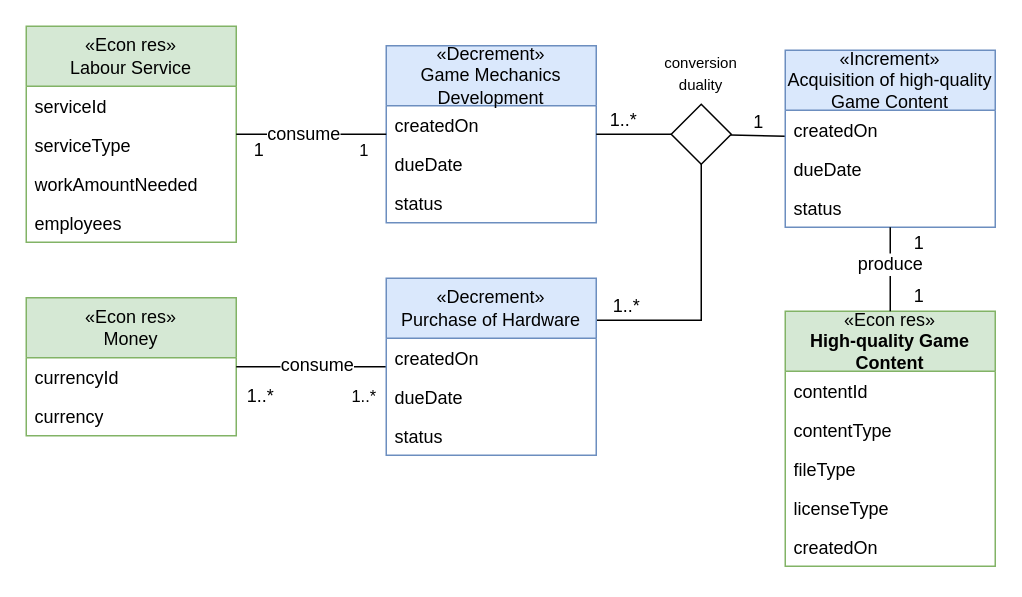
Before: page "Game Content Conversion" (11 of 13) of media/IS1_Project_REA.drawio in tudwiglemmel/Neigh-Corp---Golden-Meadows, a draw.io diagram. Source tidied: cells renumbered, new cells numbered last; positions are measured from the earlier drawing's top-left corner, leaving out a move shared by most shapes. Both pictures are drawn from the tidied source at 150%, with x=0, y=0 at pixel (26, 26).
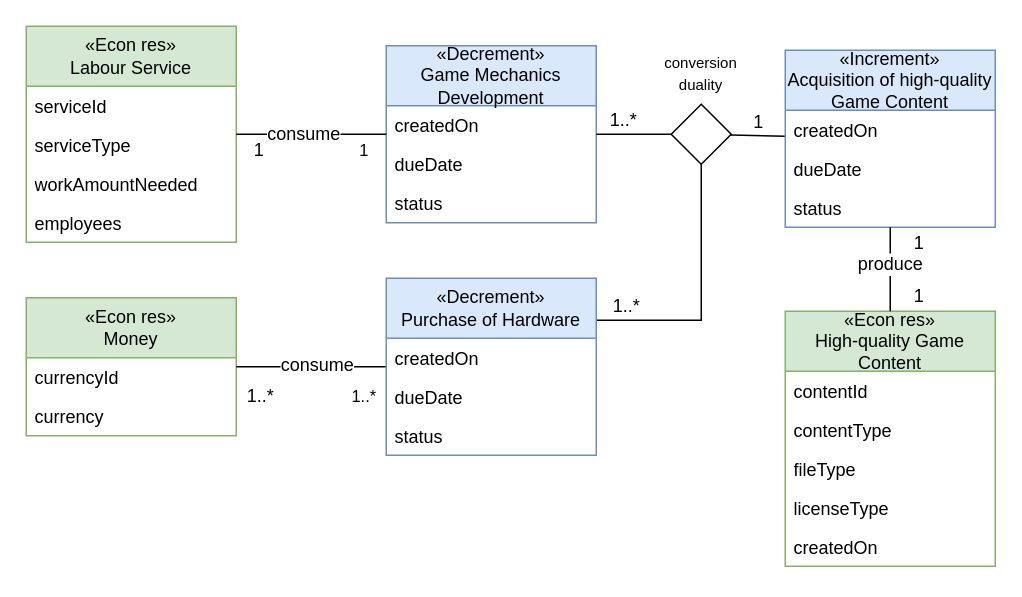
The same page after the edit.

What changed in the source:
```diff
@@
-    <mxCell id="10" value="«Econ res»&lt;div&gt;&lt;b&gt;High-quality Game Content&lt;/b&gt;&lt;/div&gt;" style="rounded=0;whiteSpace=wrap;html=1;shape=swimlane;fontStyle=0;startSize=40;horizontal=1;fillColor=#d5e8d4;strokeColor=#82b366;" parent="1" vertex="1">
+    <mxCell id="10" value="«Econ res»&lt;br&gt;High-quality Game Content" style="rounded=0;whiteSpace=wrap;html=1;shape=swimlane;fontStyle=0;startSize=40;horizontal=1;fillColor=#d5e8d4;strokeColor=#82b366;" parent="1" vertex="1">
       <mxGeometry x="506" y="190" width="140" height="170" as="geometry" />
     </mxCell>
```
